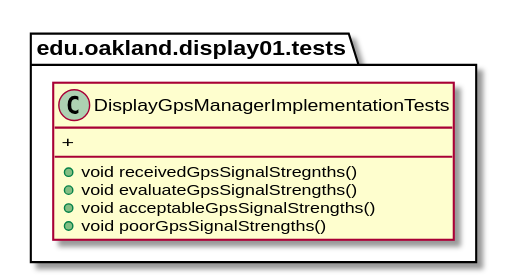
Above: docs/uml-class-diagrams/display01/test/DisplayGpsManagerImplementationTests/DisplayGpsManagerImplementationTests.svg in elilley15/csi-3370-software-project (PlantUML), before the change. Source of this version:
```plantuml
@startuml DisplayGpsManagerImplementationTests

package edu.oakland.display01.tests {
    class DisplayGpsManagerImplementationTests {
        + void receivedGpsSignalStregnths()
        + void evaluateGpsSignalStrengths()
        + void acceptableGpsSignalStrengths()
        + void poorGpsSignalStrengths()
        +
    }
}

@enduml
```
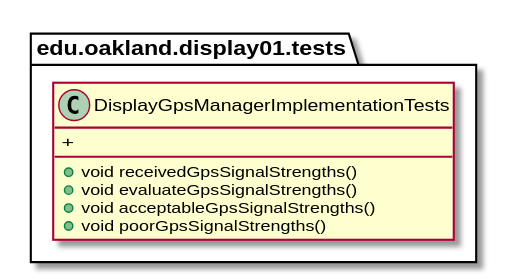
Later version of the same file.

Commit message:
Generate SVG and PNG Images for PlantUML Diagrams

Change to the diagram source:
```diff
@@ -2,7 +2,7 @@
 
 package edu.oakland.display01.tests {
     class DisplayGpsManagerImplementationTests {
-        + void receivedGpsSignalStregnths()
+        + void receivedGpsSignalStrengths()
         + void evaluateGpsSignalStrengths()
         + void acceptableGpsSignalStrengths()
         + void poorGpsSignalStrengths()
```
